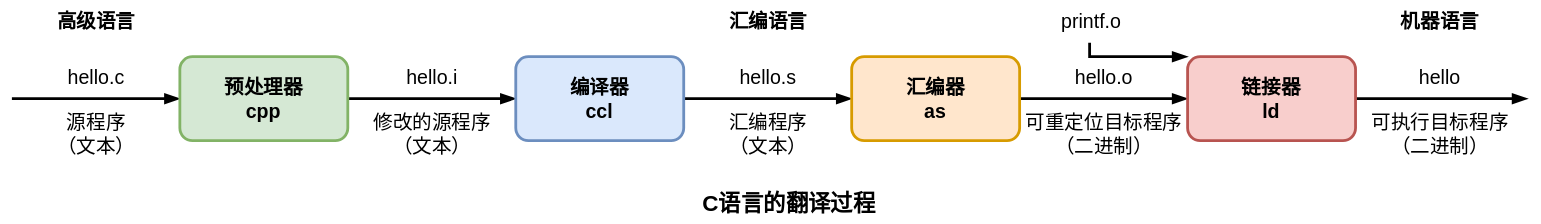
The draw.io diagram pictures/计算机组成原理-C语言的翻译过程.drawio.svg in creatern/NoteBook, before a commit. Source tidied: cells renumbered, new cells last; positions are measured from the earlier drawing's top-left corner, leaving out a move shared by most shapes.
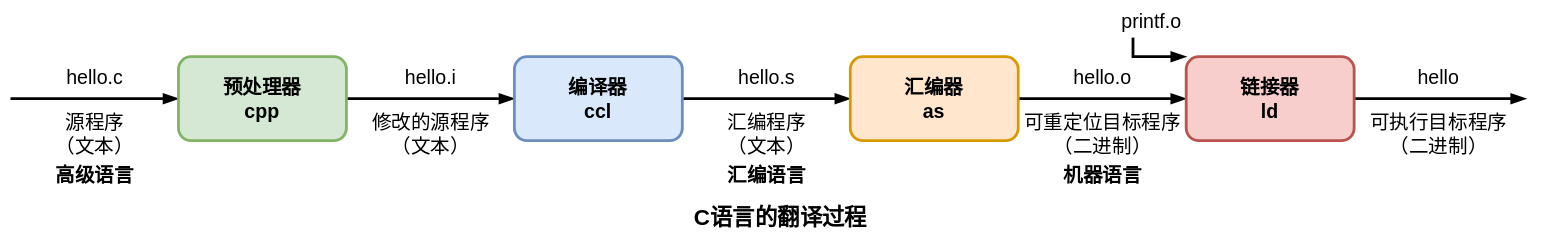
After the commit.

The edit, as a diff of the source:
```diff
@@ -30,11 +30,11 @@
         <mxPoint x="1082.9" y="70" as="targetPoint" />
       </mxGeometry>
     </mxCell>
-    <mxCell id="10" style="edgeStyle=orthogonalEdgeStyle;rounded=0;jettySize=auto;html=1;exitX=0;exitY=0;exitDx=0;exitDy=0;strokeColor=default;strokeWidth=2;align=center;verticalAlign=middle;fontFamily=Helvetica;fontSize=11;fontColor=default;labelBackgroundColor=default;endArrow=none;endFill=0;startArrow=blockThin;startFill=1;" parent="1" edge="1" source="11">
+    <mxCell id="10" style="edgeStyle=orthogonalEdgeStyle;rounded=0;jettySize=auto;html=1;exitX=0;exitY=0;exitDx=0;exitDy=0;strokeColor=default;strokeWidth=2;align=center;verticalAlign=middle;fontFamily=Helvetica;fontSize=11;fontColor=default;labelBackgroundColor=default;endArrow=none;endFill=0;startArrow=blockThin;startFill=1;entryX=0.457;entryY=1.212;entryDx=0;entryDy=0;entryPerimeter=0;" parent="1" edge="1" source="11">
       <mxGeometry relative="1" as="geometry">
-        <mxPoint x="770" y="30" as="targetPoint" />
+        <mxPoint x="802" y="26.4" as="targetPoint" />
         <Array as="points">
-          <mxPoint x="770" y="40" />
+          <mxPoint x="802" y="40" />
         </Array>
       </mxGeometry>
     </mxCell>
@@ -71,20 +71,20 @@
     <mxCell id="21" value="可执行目标程序&lt;div&gt;（二进制）&lt;/div&gt;" style="text;html=1;align=center;verticalAlign=middle;strokeColor=none;fillColor=none;fontFamily=Helvetica;fontSize=14;fontColor=default;labelBackgroundColor=default;" parent="1" vertex="1">
       <mxGeometry x="960" y="70" width="120" height="50" as="geometry" />
     </mxCell>
-    <mxCell id="22" value="printf.o" style="text;html=1;align=center;verticalAlign=middle;strokeColor=none;fillColor=none;fontFamily=Helvetica;fontSize=14;fontColor=default;labelBackgroundColor=default;" parent="1" vertex="1">
-      <mxGeometry x="736" width="70" height="30" as="geometry" />
-    </mxCell>
     <mxCell id="23" value="&lt;b style=&quot;font-size: 14px;&quot;&gt;高级语言&lt;/b&gt;" style="text;html=1;align=center;verticalAlign=middle;strokeColor=none;fillColor=none;fontFamily=Helvetica;fontSize=14;fontColor=default;labelBackgroundColor=default;" parent="1" vertex="1">
-      <mxGeometry x="20" width="80" height="30" as="geometry" />
+      <mxGeometry x="20" y="110" width="80" height="30" as="geometry" />
     </mxCell>
     <mxCell id="24" value="&lt;b style=&quot;font-size: 16px;&quot;&gt;C语言的翻译过程&lt;/b&gt;" style="text;html=1;align=center;verticalAlign=middle;strokeColor=none;fillColor=none;fontFamily=Helvetica;fontSize=16;fontColor=default;labelBackgroundColor=default;" parent="1" vertex="1">
-      <mxGeometry x="480" y="130" width="150" height="30" as="geometry" />
+      <mxGeometry x="475" y="140" width="150" height="30" as="geometry" />
     </mxCell>
     <mxCell id="25" value="&lt;b&gt;汇编语言&lt;/b&gt;" style="text;html=1;align=center;verticalAlign=middle;strokeColor=none;fillColor=none;fontFamily=Helvetica;fontSize=14;fontColor=default;labelBackgroundColor=default;" parent="1" vertex="1">
-      <mxGeometry x="500" width="80" height="30" as="geometry" />
+      <mxGeometry x="500" y="110" width="80" height="30" as="geometry" />
     </mxCell>
     <mxCell id="26" value="&lt;b&gt;机器语言&lt;/b&gt;" style="text;html=1;align=center;verticalAlign=middle;strokeColor=none;fillColor=none;fontFamily=Helvetica;fontSize=14;fontColor=default;labelBackgroundColor=default;" parent="1" vertex="1">
-      <mxGeometry x="980" width="80" height="30" as="geometry" />
+      <mxGeometry x="740" y="110" width="80" height="30" as="geometry" />
     </mxCell>
+    <mxCell id="22" value="printf.o" style="text;html=1;align=center;verticalAlign=middle;strokeColor=none;fillColor=none;fontFamily=Helvetica;fontSize=14;fontColor=default;labelBackgroundColor=default;" parent="1" vertex="1">
+      <mxGeometry x="780" width="70" height="30" as="geometry" />
+    </mxCell>
   </root>
 </mxGraphModel>
```
